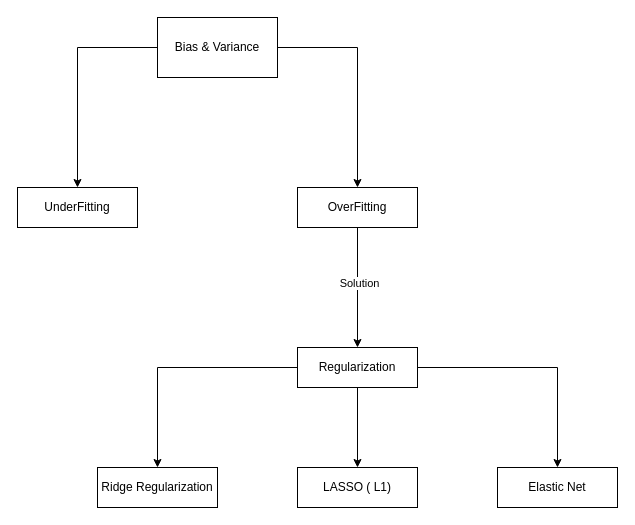
FilledVaccum/MindMaps keeps this draw.io diagram as MachineLearning/Machine Learning.drawio. Above is the earlier version. Source tidied: cells renumbered, new cells numbered last; positions are measured from the earlier drawing's top-left corner, leaving out a move shared by most shapes. Both pictures are drawn from the tidied source at 100%, with x=0, y=0 at pixel (17, 17).
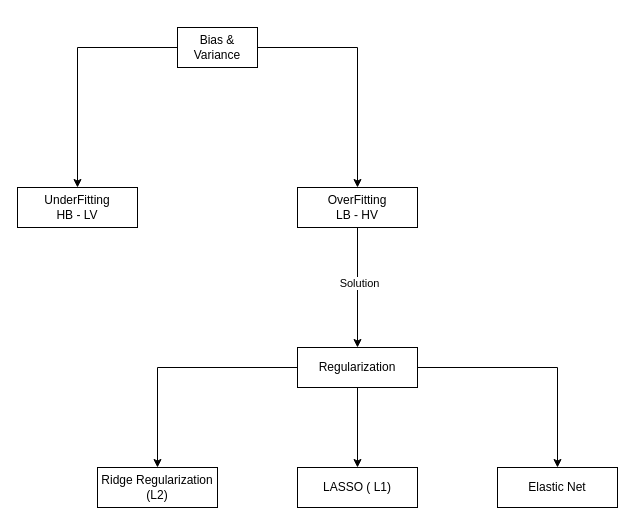
Above is the later version.

What changed in the source:
```diff
@@
 <mxGraphModel>
   <root>
     <mxCell id="0" />
     <mxCell id="1" parent="0" />
     <mxCell id="2" style="edgeStyle=orthogonalEdgeStyle;rounded=0;jettySize=auto;html=1;" parent="1" edge="1" source="4" target="5">
       <mxGeometry relative="1" as="geometry" />
     </mxCell>
     <mxCell id="3" style="edgeStyle=orthogonalEdgeStyle;rounded=0;jettySize=auto;html=1;" parent="1" edge="1" source="4" target="8">
       <mxGeometry relative="1" as="geometry" />
     </mxCell>
     <mxCell id="4" value="Bias &amp;amp; Variance" style="rounded=0;whiteSpace=wrap;html=1;" parent="1" vertex="1">
-      <mxGeometry x="140" width="120" height="60" as="geometry" />
+      <mxGeometry x="160" y="10" width="80" height="40" as="geometry" />
     </mxCell>
-    <mxCell id="5" value="UnderFitting" style="rounded=0;whiteSpace=wrap;html=1;" parent="1" vertex="1">
+    <mxCell id="5" value="&lt;div&gt;UnderFitting&lt;/div&gt;HB - LV" style="rounded=0;whiteSpace=wrap;html=1;" parent="1" vertex="1">
       <mxGeometry y="170" width="120" height="40" as="geometry" />
     </mxCell>
     <mxCell id="6" style="edgeStyle=orthogonalEdgeStyle;rounded=0;jettySize=auto;html=1;" parent="1" edge="1" source="8" target="12">
       <mxGeometry relative="1" as="geometry" />
     </mxCell>
     <mxCell id="7" value="Solution" style="edgeLabel;html=1;align=center;verticalAlign=middle;" parent="6" vertex="1">
       <mxGeometry x="-0.09" y="1" relative="1" as="geometry" />
     </mxCell>
-    <mxCell id="8" value="OverFitting" style="rounded=0;whiteSpace=wrap;html=1;" parent="1" vertex="1">
+    <mxCell id="8" value="OverFitting&lt;br&gt;LB - HV" style="rounded=0;whiteSpace=wrap;html=1;" parent="1" vertex="1">
       <mxGeometry x="280" y="170" width="120" height="40" as="geometry" />
     </mxCell>
     <mxCell id="9" style="edgeStyle=orthogonalEdgeStyle;rounded=0;jettySize=auto;html=1;" parent="1" edge="1" source="12" target="13">
       <mxGeometry relative="1" as="geometry" />
     </mxCell>
     <mxCell id="10" style="edgeStyle=orthogonalEdgeStyle;rounded=0;jettySize=auto;html=1;" parent="1" edge="1" source="12" target="14">
       <mxGeometry relative="1" as="geometry" />
     </mxCell>
     <mxCell id="11" style="edgeStyle=orthogonalEdgeStyle;rounded=0;jettySize=auto;html=1;" parent="1" edge="1" source="12" target="15">
       <mxGeometry relative="1" as="geometry" />
     </mxCell>
     <mxCell id="12" value="&lt;div&gt;Regularization&lt;/div&gt;" style="whiteSpace=wrap;html=1;rounded=0;" parent="1" vertex="1">
       <mxGeometry x="280" y="330" width="120" height="40" as="geometry" />
     </mxCell>
-    <mxCell id="13" value="&lt;div&gt;Ridge Regularization&lt;/div&gt;" style="whiteSpace=wrap;html=1;rounded=0;" parent="1" vertex="1">
+    <mxCell id="13" value="&lt;div&gt;Ridge Regularization&lt;/div&gt;(L2)" style="whiteSpace=wrap;html=1;rounded=0;" parent="1" vertex="1">
       <mxGeometry x="80" y="450" width="120" height="40" as="geometry" />
     </mxCell>
     <mxCell id="14" value="&lt;div&gt;LASSO ( L1)&lt;/div&gt;" style="whiteSpace=wrap;html=1;rounded=0;" parent="1" vertex="1">
       <mxGeometry x="280" y="450" width="120" height="40" as="geometry" />
     </mxCell>
     <mxCell id="15" value="&lt;div&gt;Elastic Net&lt;/div&gt;" style="whiteSpace=wrap;html=1;rounded=0;" parent="1" vertex="1">
       <mxGeometry x="480" y="450" width="120" height="40" as="geometry" />
     </mxCell>
   </root>
 </mxGraphModel>
```
